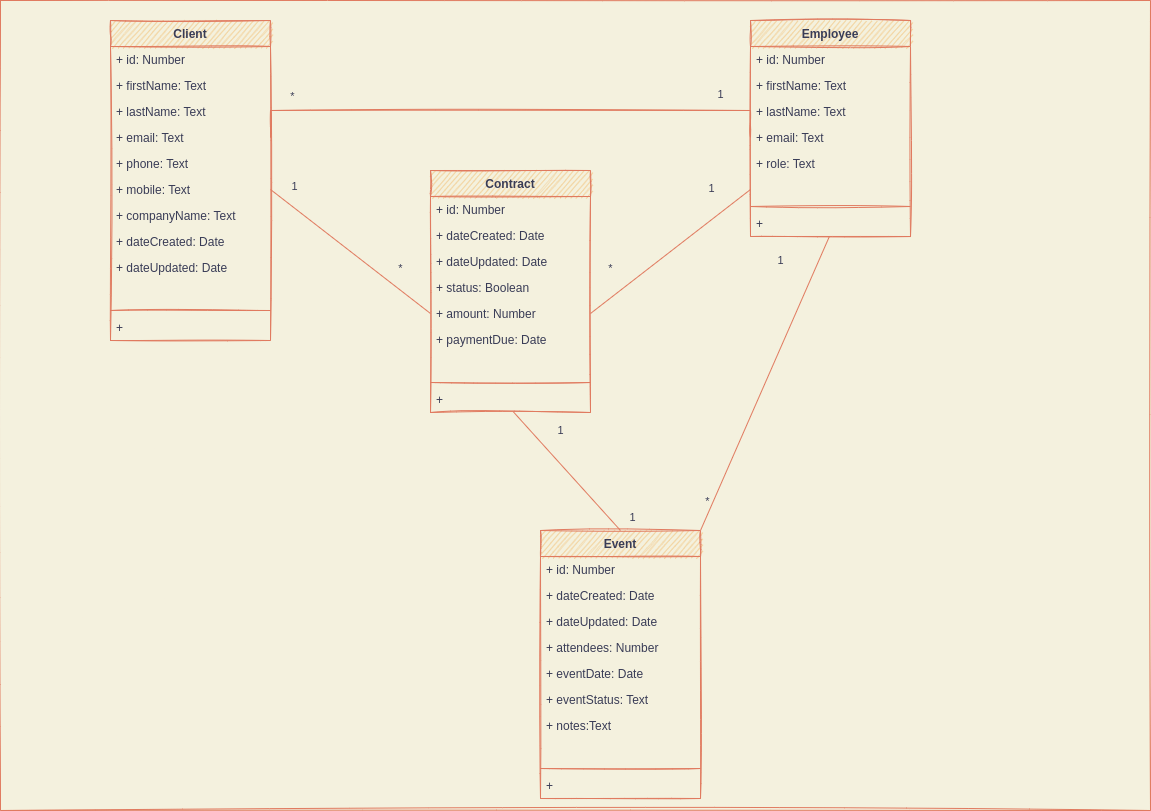
josayko-courses/epic_events_CRM keeps this draw.io diagram as Conceptual_Data_Model.drawio.png. Above is the earlier version. Source tidied: cells renumbered, new cells last; positions are measured from the earlier drawing's top-left corner, leaving out a move shared by most shapes.
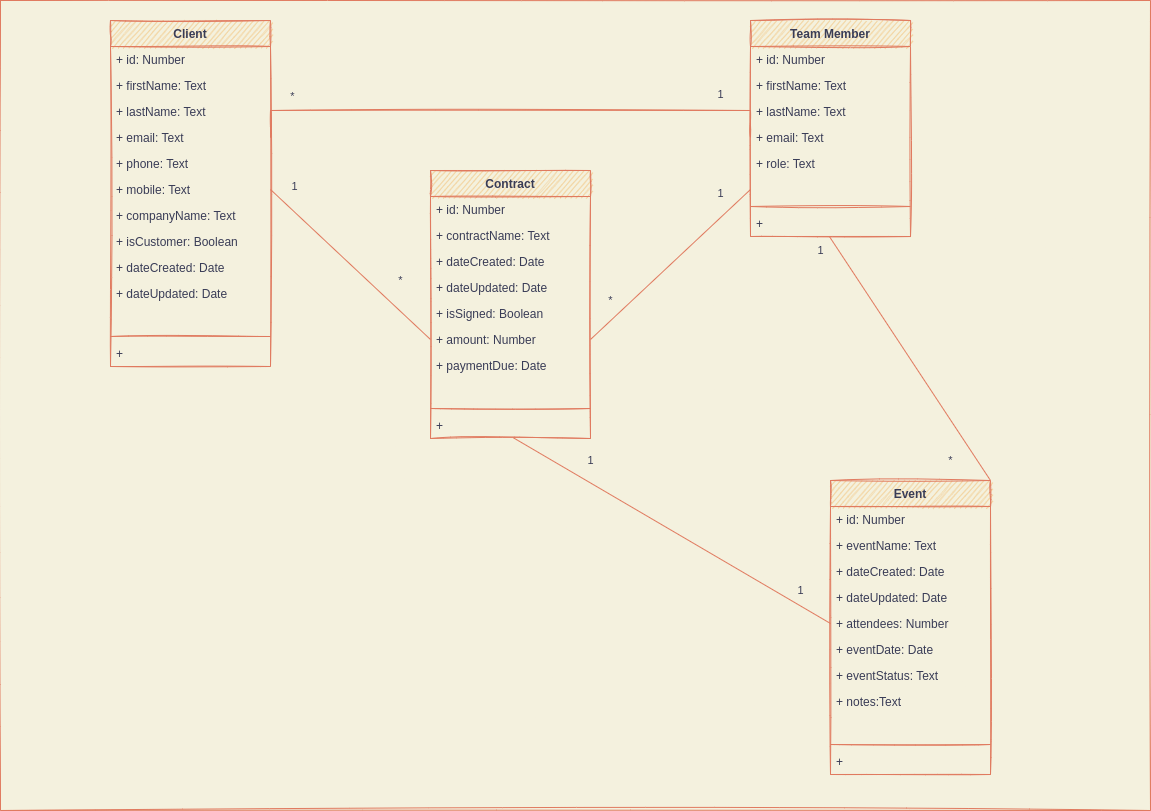
After the change.

What changed in the source:
```diff
@@ -7,7 +7,7 @@
     </mxCell>
     <mxCell id="3" value="diagram" parent="0" />
     <mxCell id="4" value="Client" style="swimlane;fontStyle=1;align=center;verticalAlign=top;horizontal=1;startSize=26;sketch=1;fillColor=#F2CC8F;strokeColor=#E07A5F;fontColor=#393C56;" parent="3" vertex="1">
-      <mxGeometry x="110" y="20" width="160" height="320" as="geometry" />
+      <mxGeometry x="110" y="20" width="160" height="346" as="geometry" />
     </mxCell>
     <mxCell id="5" value="+ id: Number" style="text;strokeColor=none;fillColor=none;align=left;verticalAlign=top;spacingLeft=4;spacingRight=4;overflow=hidden;sketch=1;fontColor=#393C56;" parent="4" vertex="1">
       <mxGeometry y="26" width="160" height="26" as="geometry" />
@@ -30,22 +30,25 @@
     <mxCell id="11" value="+ companyName: Text" style="text;strokeColor=none;fillColor=none;align=left;verticalAlign=top;spacingLeft=4;spacingRight=4;overflow=hidden;sketch=1;fontColor=#393C56;" parent="4" vertex="1">
       <mxGeometry y="182" width="160" height="26" as="geometry" />
     </mxCell>
+    <mxCell id="62" value="+ isCustomer: Boolean" style="text;strokeColor=none;fillColor=none;align=left;verticalAlign=top;spacingLeft=4;spacingRight=4;overflow=hidden;sketch=1;fontColor=#393C56;" parent="4" vertex="1">
+      <mxGeometry y="208" width="160" height="26" as="geometry" />
+    </mxCell>
     <mxCell id="12" value="+ dateCreated: Date" style="text;strokeColor=none;fillColor=none;align=left;verticalAlign=top;spacingLeft=4;spacingRight=4;overflow=hidden;sketch=1;fontColor=#393C56;" parent="4" vertex="1">
-      <mxGeometry y="208" width="160" height="26" as="geometry" />
+      <mxGeometry y="234" width="160" height="26" as="geometry" />
     </mxCell>
     <mxCell id="13" value="+ dateUpdated: Date" style="text;strokeColor=none;fillColor=none;align=left;verticalAlign=top;spacingLeft=4;spacingRight=4;overflow=hidden;sketch=1;fontColor=#393C56;" parent="4" vertex="1">
-      <mxGeometry y="234" width="160" height="26" as="geometry" />
+      <mxGeometry y="260" width="160" height="26" as="geometry" />
     </mxCell>
     <mxCell id="14" style="text;strokeColor=none;fillColor=none;align=left;verticalAlign=top;spacingLeft=4;spacingRight=4;overflow=hidden;sketch=1;fontColor=#393C56;" parent="4" vertex="1">
-      <mxGeometry y="260" width="160" height="26" as="geometry" />
+      <mxGeometry y="286" width="160" height="26" as="geometry" />
     </mxCell>
     <mxCell id="15" style="line;strokeWidth=1;fillColor=none;align=left;verticalAlign=middle;spacingTop=-1;spacingLeft=3;spacingRight=3;labelPosition=right;sketch=1;labelBackgroundColor=#F4F1DE;strokeColor=#E07A5F;fontColor=#393C56;" parent="4" vertex="1">
-      <mxGeometry y="286" width="160" height="8" as="geometry" />
+      <mxGeometry y="312" width="160" height="8" as="geometry" />
     </mxCell>
     <mxCell id="16" value="+ " style="text;strokeColor=none;fillColor=none;align=left;verticalAlign=top;spacingLeft=4;spacingRight=4;overflow=hidden;sketch=1;fontColor=#393C56;" parent="4" vertex="1">
-      <mxGeometry y="294" width="160" height="26" as="geometry" />
+      <mxGeometry y="320" width="160" height="26" as="geometry" />
     </mxCell>
-    <mxCell id="17" value="Employee" style="swimlane;fontStyle=1;align=center;verticalAlign=top;horizontal=1;startSize=26;sketch=1;fillColor=#F2CC8F;strokeColor=#E07A5F;fontColor=#393C56;" parent="3" vertex="1">
+    <mxCell id="17" value="Team Member" style="swimlane;fontStyle=1;align=center;verticalAlign=top;horizontal=1;startSize=26;sketch=1;fillColor=#F2CC8F;strokeColor=#E07A5F;fontColor=#393C56;" parent="3" vertex="1">
       <mxGeometry x="750" y="20" width="160" height="216" as="geometry" />
     </mxCell>
     <mxCell id="18" value="+ id: Number" style="text;strokeColor=none;fillColor=none;align=left;verticalAlign=top;spacingLeft=4;spacingRight=4;overflow=hidden;sketch=1;fontColor=#393C56;" parent="17" vertex="1">
@@ -87,67 +90,73 @@
       <mxGeometry x="710" y="84" width="20" height="20" as="geometry" />
     </mxCell>
     <mxCell id="29" value="Contract" style="swimlane;fontStyle=1;align=center;verticalAlign=top;horizontal=1;startSize=26;sketch=1;fillColor=#F2CC8F;strokeColor=#E07A5F;fontColor=#393C56;" parent="3" vertex="1">
-      <mxGeometry x="430" y="170" width="160" height="242" as="geometry" />
+      <mxGeometry x="430" y="170" width="160" height="268" as="geometry" />
     </mxCell>
     <mxCell id="30" value="+ id: Number" style="text;strokeColor=none;fillColor=none;align=left;verticalAlign=top;spacingLeft=4;spacingRight=4;overflow=hidden;sketch=1;fontColor=#393C56;" parent="29" vertex="1">
       <mxGeometry y="26" width="160" height="26" as="geometry" />
     </mxCell>
+    <mxCell id="63" value="+ contractName: Text" style="text;strokeColor=none;fillColor=none;align=left;verticalAlign=top;spacingLeft=4;spacingRight=4;overflow=hidden;sketch=1;fontColor=#393C56;" parent="29" vertex="1">
+      <mxGeometry y="52" width="160" height="26" as="geometry" />
+    </mxCell>
     <mxCell id="31" value="+ dateCreated: Date" style="text;strokeColor=none;fillColor=none;align=left;verticalAlign=top;spacingLeft=4;spacingRight=4;overflow=hidden;sketch=1;fontColor=#393C56;" parent="29" vertex="1">
-      <mxGeometry y="52" width="160" height="26" as="geometry" />
+      <mxGeometry y="78" width="160" height="26" as="geometry" />
     </mxCell>
     <mxCell id="32" value="+ dateUpdated: Date" style="text;strokeColor=none;fillColor=none;align=left;verticalAlign=top;spacingLeft=4;spacingRight=4;overflow=hidden;sketch=1;fontColor=#393C56;" parent="29" vertex="1">
-      <mxGeometry y="78" width="160" height="26" as="geometry" />
+      <mxGeometry y="104" width="160" height="26" as="geometry" />
     </mxCell>
-    <mxCell id="33" value="+ status: Boolean" style="text;strokeColor=none;fillColor=none;align=left;verticalAlign=top;spacingLeft=4;spacingRight=4;overflow=hidden;sketch=1;fontColor=#393C56;" parent="29" vertex="1">
-      <mxGeometry y="104" width="160" height="26" as="geometry" />
+    <mxCell id="33" value="+ isSigned: Boolean" style="text;strokeColor=none;fillColor=none;align=left;verticalAlign=top;spacingLeft=4;spacingRight=4;overflow=hidden;sketch=1;fontColor=#393C56;" parent="29" vertex="1">
+      <mxGeometry y="130" width="160" height="26" as="geometry" />
     </mxCell>
     <mxCell id="34" value="+ amount: Number" style="text;strokeColor=none;fillColor=none;align=left;verticalAlign=top;spacingLeft=4;spacingRight=4;overflow=hidden;points=[[0,0.5],[1,0.5]];portConstraint=eastwest;sketch=1;fontColor=#393C56;" parent="29" vertex="1">
-      <mxGeometry y="130" width="160" height="26" as="geometry" />
+      <mxGeometry y="156" width="160" height="26" as="geometry" />
     </mxCell>
     <mxCell id="35" value="+ paymentDue: Date" style="text;strokeColor=none;fillColor=none;align=left;verticalAlign=top;spacingLeft=4;spacingRight=4;overflow=hidden;sketch=1;fontColor=#393C56;" parent="29" vertex="1">
-      <mxGeometry y="156" width="160" height="26" as="geometry" />
+      <mxGeometry y="182" width="160" height="26" as="geometry" />
     </mxCell>
     <mxCell id="36" style="text;strokeColor=none;fillColor=none;align=left;verticalAlign=top;spacingLeft=4;spacingRight=4;overflow=hidden;sketch=1;fontColor=#393C56;" parent="29" vertex="1">
-      <mxGeometry y="182" width="160" height="26" as="geometry" />
+      <mxGeometry y="208" width="160" height="26" as="geometry" />
     </mxCell>
     <mxCell id="37" style="line;strokeWidth=1;fillColor=none;align=left;verticalAlign=middle;spacingTop=-1;spacingLeft=3;spacingRight=3;labelPosition=right;sketch=1;labelBackgroundColor=#F4F1DE;strokeColor=#E07A5F;fontColor=#393C56;" parent="29" vertex="1">
-      <mxGeometry y="208" width="160" height="8" as="geometry" />
+      <mxGeometry y="234" width="160" height="8" as="geometry" />
     </mxCell>
     <mxCell id="38" value="+ " style="text;strokeColor=none;fillColor=none;align=left;verticalAlign=top;spacingLeft=4;spacingRight=4;overflow=hidden;points=[[0,0.5],[1,0.5]];portConstraint=eastwest;sketch=1;fontColor=#393C56;" parent="29" vertex="1">
-      <mxGeometry y="216" width="160" height="26" as="geometry" />
+      <mxGeometry y="242" width="160" height="26" as="geometry" />
     </mxCell>
     <mxCell id="39" value="Event" style="swimlane;fontStyle=1;align=center;verticalAlign=top;horizontal=1;startSize=26;sketch=1;fillColor=#F2CC8F;strokeColor=#E07A5F;fontColor=#393C56;" parent="3" vertex="1">
-      <mxGeometry x="540" y="530" width="160" height="268" as="geometry" />
+      <mxGeometry x="830" y="480" width="160" height="294" as="geometry" />
     </mxCell>
     <mxCell id="40" value="+ id: Number" style="text;strokeColor=none;fillColor=none;align=left;verticalAlign=top;spacingLeft=4;spacingRight=4;overflow=hidden;sketch=1;fontColor=#393C56;" parent="39" vertex="1">
       <mxGeometry y="26" width="160" height="26" as="geometry" />
     </mxCell>
+    <mxCell id="64" value="+ eventName: Text" style="text;strokeColor=none;fillColor=none;align=left;verticalAlign=top;spacingLeft=4;spacingRight=4;overflow=hidden;sketch=1;fontColor=#393C56;" parent="39" vertex="1">
+      <mxGeometry y="52" width="160" height="26" as="geometry" />
+    </mxCell>
     <mxCell id="41" value="+ dateCreated: Date" style="text;strokeColor=none;fillColor=none;align=left;verticalAlign=top;spacingLeft=4;spacingRight=4;overflow=hidden;sketch=1;fontColor=#393C56;" parent="39" vertex="1">
-      <mxGeometry y="52" width="160" height="26" as="geometry" />
+      <mxGeometry y="78" width="160" height="26" as="geometry" />
     </mxCell>
     <mxCell id="42" value="+ dateUpdated: Date" style="text;strokeColor=none;fillColor=none;align=left;verticalAlign=top;spacingLeft=4;spacingRight=4;overflow=hidden;sketch=1;fontColor=#393C56;" parent="39" vertex="1">
-      <mxGeometry y="78" width="160" height="26" as="geometry" />
+      <mxGeometry y="104" width="160" height="26" as="geometry" />
     </mxCell>
     <mxCell id="43" value="+ attendees: Number" style="text;strokeColor=none;fillColor=none;align=left;verticalAlign=top;spacingLeft=4;spacingRight=4;overflow=hidden;points=[[0,0.5],[1,0.5]];portConstraint=eastwest;sketch=1;fontColor=#393C56;" parent="39" vertex="1">
-      <mxGeometry y="104" width="160" height="26" as="geometry" />
+      <mxGeometry y="130" width="160" height="26" as="geometry" />
     </mxCell>
     <mxCell id="44" value="+ eventDate: Date" style="text;strokeColor=none;fillColor=none;align=left;verticalAlign=top;spacingLeft=4;spacingRight=4;overflow=hidden;sketch=1;fontColor=#393C56;" parent="39" vertex="1">
-      <mxGeometry y="130" width="160" height="26" as="geometry" />
+      <mxGeometry y="156" width="160" height="26" as="geometry" />
     </mxCell>
     <mxCell id="45" value="+ eventStatus: Text" style="text;strokeColor=none;fillColor=none;align=left;verticalAlign=top;spacingLeft=4;spacingRight=4;overflow=hidden;sketch=1;fontColor=#393C56;" parent="39" vertex="1">
-      <mxGeometry y="156" width="160" height="26" as="geometry" />
+      <mxGeometry y="182" width="160" height="26" as="geometry" />
     </mxCell>
     <mxCell id="46" value="+ notes:Text" style="text;strokeColor=none;fillColor=none;align=left;verticalAlign=top;spacingLeft=4;spacingRight=4;overflow=hidden;sketch=1;fontColor=#393C56;" parent="39" vertex="1">
-      <mxGeometry y="182" width="160" height="26" as="geometry" />
+      <mxGeometry y="208" width="160" height="26" as="geometry" />
     </mxCell>
     <mxCell id="47" style="text;strokeColor=none;fillColor=none;align=left;verticalAlign=top;spacingLeft=4;spacingRight=4;overflow=hidden;sketch=1;fontColor=#393C56;" parent="39" vertex="1">
-      <mxGeometry y="208" width="160" height="26" as="geometry" />
+      <mxGeometry y="234" width="160" height="26" as="geometry" />
     </mxCell>
     <mxCell id="48" style="line;strokeWidth=1;fillColor=none;align=left;verticalAlign=middle;spacingTop=-1;spacingLeft=3;spacingRight=3;labelPosition=right;sketch=1;labelBackgroundColor=#F4F1DE;strokeColor=#E07A5F;fontColor=#393C56;" parent="39" vertex="1">
-      <mxGeometry y="234" width="160" height="8" as="geometry" />
+      <mxGeometry y="260" width="160" height="8" as="geometry" />
     </mxCell>
     <mxCell id="49" value="+ " style="text;strokeColor=none;fillColor=none;align=left;verticalAlign=top;spacingLeft=4;spacingRight=4;overflow=hidden;sketch=1;fontColor=#393C56;" parent="39" vertex="1">
-      <mxGeometry y="242" width="160" height="26" as="geometry" />
+      <mxGeometry y="268" width="160" height="26" as="geometry" />
     </mxCell>
     <mxCell id="50" style="endArrow=none;html=1;rounded=1;sketch=0;fontColor=#393C56;strokeColor=#E07A5F;fillColor=#F2CC8F;curved=0;exitX=1;exitY=0;exitDx=0;exitDy=0;entryX=0.493;entryY=1;entryDx=0;entryDy=0;entryPerimeter=0;" parent="3" edge="1" source="39" target="25">
       <mxGeometry relative="1" as="geometry" />
@@ -158,32 +167,32 @@
     <mxCell id="52" style="endArrow=none;html=1;rounded=1;sketch=0;fontColor=#393C56;strokeColor=#E07A5F;fillColor=#F2CC8F;curved=0;entryX=1;entryY=0.5;entryDx=0;entryDy=0;exitX=0;exitY=0.5;exitDx=0;exitDy=0;" parent="3" edge="1" source="34" target="10">
       <mxGeometry relative="1" as="geometry" />
     </mxCell>
-    <mxCell id="53" style="endArrow=none;html=1;rounded=1;sketch=0;fontColor=#393C56;strokeColor=#E07A5F;fillColor=#F2CC8F;curved=0;entryX=0.517;entryY=0.969;entryDx=0;entryDy=0;entryPerimeter=0;exitX=0.5;exitY=0;exitDx=0;exitDy=0;" parent="3" edge="1" source="39" target="38">
+    <mxCell id="53" style="endArrow=none;html=1;rounded=1;sketch=0;fontColor=#393C56;strokeColor=#E07A5F;fillColor=#F2CC8F;curved=0;entryX=0.517;entryY=0.969;entryDx=0;entryDy=0;entryPerimeter=0;exitX=0;exitY=0.5;exitDx=0;exitDy=0;" parent="3" edge="1" source="43" target="38">
       <mxGeometry relative="1" as="geometry" />
     </mxCell>
     <mxCell id="54" value="1" style="text;html=1;align=center;verticalAlign=middle;strokeColor=none;fillColor=none;fontSize=11;fontFamily=Helvetica;fontColor=#393C56;sketch=1;" parent="3" vertex="1">
       <mxGeometry x="284" y="176" width="20" height="20" as="geometry" />
     </mxCell>
     <mxCell id="55" value="*" style="text;html=1;align=center;verticalAlign=middle;strokeColor=none;fillColor=none;fontSize=11;fontFamily=Helvetica;fontColor=#393C56;sketch=1;" parent="3" vertex="1">
-      <mxGeometry x="390" y="258" width="20" height="20" as="geometry" />
+      <mxGeometry x="390" y="270" width="20" height="20" as="geometry" />
     </mxCell>
     <mxCell id="56" value="1" style="text;html=1;align=center;verticalAlign=middle;strokeColor=none;fillColor=none;fontSize=11;fontFamily=Helvetica;fontColor=#393C56;sketch=1;" parent="3" vertex="1">
-      <mxGeometry x="550" y="420" width="20" height="20" as="geometry" />
+      <mxGeometry x="580" y="450" width="20" height="20" as="geometry" />
     </mxCell>
     <mxCell id="57" value="1" style="text;html=1;align=center;verticalAlign=middle;strokeColor=none;fillColor=none;fontSize=11;fontFamily=Helvetica;fontColor=#393C56;sketch=1;" parent="3" vertex="1">
-      <mxGeometry x="622" y="507" width="20" height="20" as="geometry" />
+      <mxGeometry x="790" y="580" width="20" height="20" as="geometry" />
     </mxCell>
     <mxCell id="58" value="*" style="text;html=1;align=center;verticalAlign=middle;strokeColor=none;fillColor=none;fontSize=11;fontFamily=Helvetica;fontColor=#393C56;sketch=1;" parent="3" vertex="1">
-      <mxGeometry x="600" y="258" width="20" height="20" as="geometry" />
+      <mxGeometry x="600" y="290" width="20" height="20" as="geometry" />
     </mxCell>
     <mxCell id="59" value="1" style="text;html=1;align=center;verticalAlign=middle;strokeColor=none;fillColor=none;fontSize=11;fontFamily=Helvetica;fontColor=#393C56;sketch=1;" parent="3" vertex="1">
-      <mxGeometry x="701" y="178" width="20" height="20" as="geometry" />
+      <mxGeometry x="710" y="183" width="20" height="20" as="geometry" />
     </mxCell>
     <mxCell id="60" value="*" style="text;html=1;align=center;verticalAlign=middle;strokeColor=none;fillColor=none;fontSize=11;fontFamily=Helvetica;fontColor=#393C56;sketch=1;" parent="3" vertex="1">
-      <mxGeometry x="697" y="491" width="20" height="20" as="geometry" />
+      <mxGeometry x="940" y="450" width="20" height="20" as="geometry" />
     </mxCell>
     <mxCell id="61" value="1" style="text;html=1;align=center;verticalAlign=middle;strokeColor=none;fillColor=none;fontSize=11;fontFamily=Helvetica;fontColor=#393C56;sketch=1;" parent="3" vertex="1">
-      <mxGeometry x="770" y="250" width="20" height="20" as="geometry" />
+      <mxGeometry x="810" y="240" width="20" height="20" as="geometry" />
     </mxCell>
   </root>
 </mxGraphModel>
```
